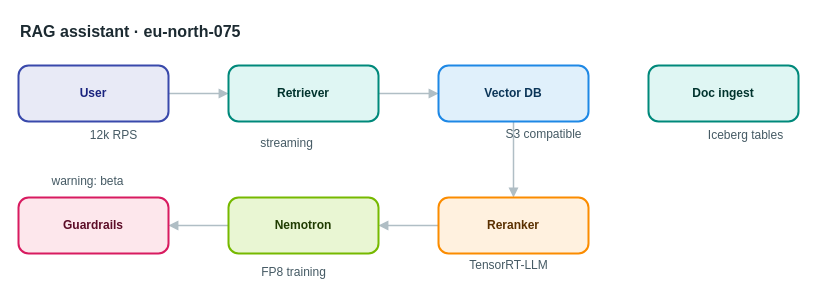
Before: apps/web/public/samples/library/075-rag-assistant.drawio in AryanG01/open-apprentice, a draw.io diagram. Source tidied: cells renumbered, new cells numbered last; positions are measured from the earlier drawing's top-left corner, leaving out a move shared by most shapes. Both pictures are drawn from the tidied source at 100%, with x=0, y=0 at pixel (18, 17).
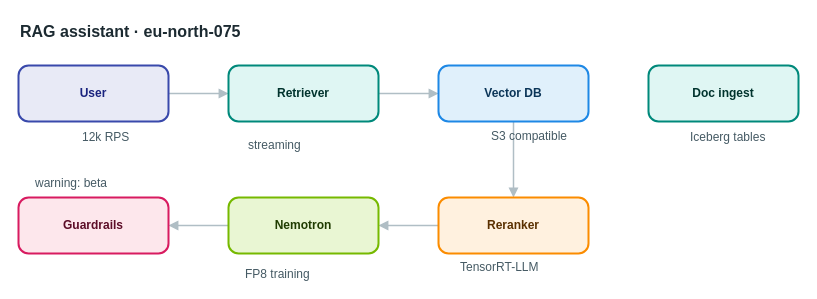
Above is the later version.

What changed in the source:
```diff
@@
-    <mxCell id="15" value="12k RPS" style="text;html=1;align=center;verticalAlign=middle;whiteSpace=nowrap;strokeColor=none;fillColor=none;fontSize=12;fontColor=#455a64;" parent="1" vertex="1">
+    <mxCell id="15" value="12k RPS" style="text;html=1;align=left;verticalAlign=top;whiteSpace=nowrap;spacing=0;spacingTop=0;strokeColor=none;fillColor=none;fontSize=12;fontColor=#455a64;" parent="1" vertex="1">
       <mxGeometry x="64" y="108" width="61" height="20" as="geometry" />
     </mxCell>
-    <mxCell id="16" value="streaming" style="text;html=1;align=center;verticalAlign=middle;whiteSpace=nowrap;strokeColor=none;fillColor=none;fontSize=12;fontColor=#455a64;" parent="1" vertex="1">
+    <mxCell id="16" value="streaming" style="text;html=1;align=left;verticalAlign=top;whiteSpace=nowrap;spacing=0;spacingTop=0;strokeColor=none;fillColor=none;fontSize=12;fontColor=#455a64;" parent="1" vertex="1">
       <mxGeometry x="230" y="116" width="75" height="20" as="geometry" />
     </mxCell>
-    <mxCell id="17" value="S3 compatible" style="text;html=1;align=center;verticalAlign=middle;whiteSpace=nowrap;strokeColor=none;fillColor=none;fontSize=12;fontColor=#455a64;" parent="1" vertex="1">
+    <mxCell id="17" value="S3 compatible" style="text;html=1;align=left;verticalAlign=top;whiteSpace=nowrap;spacing=0;spacingTop=0;strokeColor=none;fillColor=none;fontSize=12;fontColor=#455a64;" parent="1" vertex="1">
       <mxGeometry x="473" y="107" width="103" height="20" as="geometry" />
     </mxCell>
-    <mxCell id="18" value="TensorRT-LLM" style="text;html=1;align=center;verticalAlign=middle;whiteSpace=nowrap;strokeColor=none;fillColor=none;fontSize=12;fontColor=#455a64;" parent="1" vertex="1">
+    <mxCell id="18" value="TensorRT-LLM" style="text;html=1;align=left;verticalAlign=top;whiteSpace=nowrap;spacing=0;spacingTop=0;strokeColor=none;fillColor=none;fontSize=12;fontColor=#455a64;" parent="1" vertex="1">
       <mxGeometry x="442" y="238" width="96" height="20" as="geometry" />
     </mxCell>
-    <mxCell id="19" value="FP8 training" style="text;html=1;align=center;verticalAlign=middle;whiteSpace=nowrap;strokeColor=none;fillColor=none;fontSize=12;fontColor=#455a64;" parent="1" vertex="1">
+    <mxCell id="19" value="FP8 training" style="text;html=1;align=left;verticalAlign=top;whiteSpace=nowrap;spacing=0;spacingTop=0;strokeColor=none;fillColor=none;fontSize=12;fontColor=#455a64;" parent="1" vertex="1">
       <mxGeometry x="227" y="245" width="96" height="20" as="geometry" />
     </mxCell>
-    <mxCell id="20" value="warning: beta" style="text;html=1;align=center;verticalAlign=middle;whiteSpace=nowrap;strokeColor=none;fillColor=none;fontSize=12;fontColor=#455a64;" parent="1" vertex="1">
+    <mxCell id="20" value="warning: beta" style="text;html=1;align=left;verticalAlign=top;whiteSpace=nowrap;spacing=0;spacingTop=0;strokeColor=none;fillColor=none;fontSize=12;fontColor=#455a64;" parent="1" vertex="1">
       <mxGeometry x="17" y="154" width="103" height="20" as="geometry" />
     </mxCell>
-    <mxCell id="21" value="Iceberg tables" style="text;html=1;align=center;verticalAlign=middle;whiteSpace=nowrap;strokeColor=none;fillColor=none;fontSize=12;fontColor=#455a64;" parent="1" vertex="1">
+    <mxCell id="21" value="Iceberg tables" style="text;html=1;align=left;verticalAlign=top;whiteSpace=nowrap;spacing=0;spacingTop=0;strokeColor=none;fillColor=none;fontSize=12;fontColor=#455a64;" parent="1" vertex="1">
       <mxGeometry x="672" y="108" width="110" height="20" as="geometry" />
     </mxCell>
```
